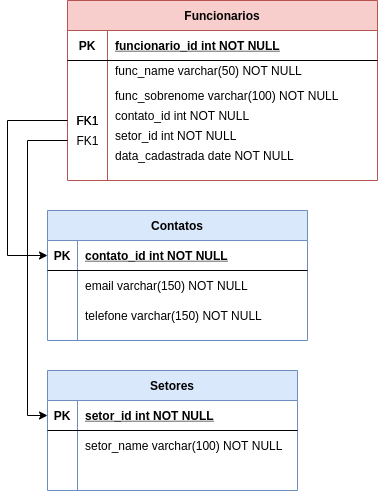
MilenaCLeme/trybe-exercicios-conteudos keeps this draw.io diagram as back-end/bloco-21/dia-2/conteudo/Untitled Diagram.drawio.png. Above is the earlier version. Source tidied: cells renumbered, new cells last; positions are measured from the earlier drawing's top-left corner, leaving out a move shared by most shapes.
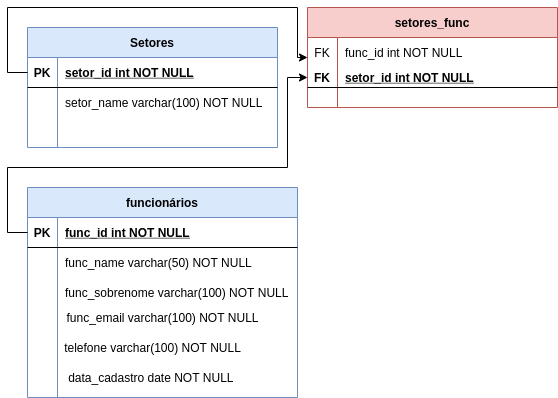
The same diagram one commit later.

What changed in the source:
```diff
@@ -2,38 +2,38 @@
   <root>
     <mxCell id="0" />
     <mxCell id="1" parent="0" />
-    <mxCell id="2" value="Funcionarios" style="shape=table;startSize=30;rowLines=0;fontStyle=1;align=center;fillColor=#f8cecc;strokeColor=#b85450;" parent="1" vertex="1">
-      <mxGeometry x="60" width="310" height="180" as="geometry" />
+    <mxCell id="2" value="funcionários" style="shape=table;startSize=30;rowLines=0;fontStyle=1;align=center;fillColor=#dae8fc;strokeColor=#6c8ebf;" parent="1" vertex="1">
+      <mxGeometry x="340" y="-210" width="270" height="210" as="geometry" />
     </mxCell>
     <mxCell id="3" style="shape=partialRectangle;fillColor=none;points=[[0,0.5],[1,0.5]];portConstraint=eastwest;top=0;left=0;right=0;bottom=1;" parent="2" vertex="1">
-      <mxGeometry y="30" width="310" height="30" as="geometry" />
+      <mxGeometry y="30" width="270" height="30" as="geometry" />
     </mxCell>
     <mxCell id="4" value="PK" style="shape=partialRectangle;overflow=hidden;fillColor=none;top=0;left=0;bottom=0;right=0;fontStyle=1;" parent="3" vertex="1">
-      <mxGeometry width="40" height="30" as="geometry" />
+      <mxGeometry width="30" height="30" as="geometry" />
     </mxCell>
-    <mxCell id="5" value="funcionario_id int NOT NULL " style="shape=partialRectangle;overflow=hidden;fillColor=none;top=0;left=0;bottom=0;right=0;align=left;spacingLeft=6;fontStyle=5;" parent="3" vertex="1">
-      <mxGeometry x="40" width="270" height="30" as="geometry" />
+    <mxCell id="5" value="func_id int NOT NULL " style="shape=partialRectangle;overflow=hidden;fillColor=none;top=0;left=0;bottom=0;right=0;align=left;spacingLeft=6;fontStyle=5;" parent="3" vertex="1">
+      <mxGeometry x="30" width="240" height="30" as="geometry" />
     </mxCell>
     <mxCell id="6" style="shape=partialRectangle;fillColor=none;top=0;left=0;right=0;bottom=0;" parent="2" vertex="1">
-      <mxGeometry y="60" width="310" height="20" as="geometry" />
+      <mxGeometry y="60" width="270" height="30" as="geometry" />
     </mxCell>
     <mxCell id="7" style="shape=partialRectangle;overflow=hidden;fillColor=none;top=0;left=0;bottom=0;right=0;" parent="6" vertex="1">
-      <mxGeometry width="40" height="20" as="geometry" />
+      <mxGeometry width="30" height="30" as="geometry" />
     </mxCell>
     <mxCell id="8" value="func_name varchar(50) NOT NULL" style="shape=partialRectangle;overflow=hidden;fillColor=none;top=0;left=0;bottom=0;right=0;align=left;spacingLeft=6;" parent="6" vertex="1">
-      <mxGeometry x="40" width="270" height="20" as="geometry" />
+      <mxGeometry x="30" width="240" height="30" as="geometry" />
     </mxCell>
     <mxCell id="9" style="shape=partialRectangle;fillColor=none;top=0;left=0;right=0;bottom=0;" parent="2" vertex="1">
-      <mxGeometry y="80" width="310" height="30" as="geometry" />
+      <mxGeometry y="90" width="270" height="30" as="geometry" />
     </mxCell>
     <mxCell id="10" style="shape=partialRectangle;overflow=hidden;fillColor=none;top=0;left=0;bottom=0;right=0;" parent="9" vertex="1">
-      <mxGeometry width="40" height="30" as="geometry" />
+      <mxGeometry width="30" height="30" as="geometry" />
     </mxCell>
     <mxCell id="11" value="func_sobrenome varchar(100) NOT NULL" style="shape=partialRectangle;overflow=hidden;fillColor=none;top=0;left=0;bottom=0;right=0;align=left;spacingLeft=6;" parent="9" vertex="1">
-      <mxGeometry x="40" width="270" height="30" as="geometry" />
+      <mxGeometry x="30" width="240" height="30" as="geometry" />
     </mxCell>
     <mxCell id="12" value="Setores" style="shape=table;startSize=30;rowLines=0;fontStyle=1;align=center;fillColor=#dae8fc;strokeColor=#6c8ebf;" parent="1" vertex="1">
-      <mxGeometry x="40" y="370" width="250" height="120" as="geometry" />
+      <mxGeometry x="340" y="-370" width="250" height="120" as="geometry" />
     </mxCell>
     <mxCell id="13" style="shape=partialRectangle;fillColor=none;points=[[0,0.5],[1,0.5]];portConstraint=eastwest;top=0;left=0;right=0;bottom=1;" parent="12" vertex="1">
       <mxGeometry y="30" width="250" height="30" as="geometry" />
@@ -62,63 +62,55 @@
     <mxCell id="21" style="shape=partialRectangle;overflow=hidden;fillColor=none;top=0;left=0;bottom=0;right=0;align=left;spacingLeft=6;" parent="19" vertex="1">
       <mxGeometry x="30" width="220" height="30" as="geometry" />
     </mxCell>
-    <mxCell id="22" value="Contatos" style="shape=table;startSize=30;rowLines=0;fontStyle=1;align=center;fillColor=#dae8fc;strokeColor=#6c8ebf;" parent="1" vertex="1">
-      <mxGeometry x="40" y="210" width="260" height="130" as="geometry" />
+    <mxCell id="22" value="setores_func" style="shape=table;startSize=30;rowLines=0;fontStyle=1;align=center;fillColor=#f8cecc;strokeColor=#b85450;" parent="1" vertex="1">
+      <mxGeometry x="620" y="-390" width="250" height="100" as="geometry" />
     </mxCell>
+    <mxCell id="26" style="shape=partialRectangle;fillColor=none;top=0;left=0;right=0;bottom=0;" parent="22" vertex="1">
+      <mxGeometry y="30" width="250" height="30" as="geometry" />
+    </mxCell>
+    <mxCell id="27" value="FK" style="shape=partialRectangle;overflow=hidden;fillColor=none;top=0;left=0;bottom=0;right=0;" parent="26" vertex="1">
+      <mxGeometry width="30" height="30" as="geometry" />
+    </mxCell>
+    <mxCell id="28" value="func_id int NOT NULL" style="shape=partialRectangle;overflow=hidden;fillColor=none;top=0;left=0;bottom=0;right=0;align=left;spacingLeft=6;" parent="26" vertex="1">
+      <mxGeometry x="30" width="220" height="30" as="geometry" />
+    </mxCell>
     <mxCell id="23" style="shape=partialRectangle;fillColor=none;points=[[0,0.5],[1,0.5]];portConstraint=eastwest;top=0;left=0;right=0;bottom=1;" parent="22" vertex="1">
-      <mxGeometry y="30" width="260" height="30" as="geometry" />
+      <mxGeometry y="60" width="250" height="20" as="geometry" />
     </mxCell>
-    <mxCell id="24" value="PK" style="shape=partialRectangle;overflow=hidden;fillColor=none;top=0;left=0;bottom=0;right=0;fontStyle=1;" parent="23" vertex="1">
-      <mxGeometry width="30" height="30" as="geometry" />
+    <mxCell id="24" value="FK" style="shape=partialRectangle;overflow=hidden;fillColor=none;top=0;left=0;bottom=0;right=0;fontStyle=1;" parent="23" vertex="1">
+      <mxGeometry width="30" height="20" as="geometry" />
     </mxCell>
-    <mxCell id="25" value="contato_id int NOT NULL " style="shape=partialRectangle;overflow=hidden;fillColor=none;top=0;left=0;bottom=0;right=0;align=left;spacingLeft=6;fontStyle=5;" parent="23" vertex="1">
-      <mxGeometry x="30" width="230" height="30" as="geometry" />
+    <mxCell id="25" value="setor_id int NOT NULL" style="shape=partialRectangle;overflow=hidden;fillColor=none;top=0;left=0;bottom=0;right=0;align=left;spacingLeft=6;fontStyle=5;" parent="23" vertex="1">
+      <mxGeometry x="30" width="220" height="20" as="geometry" />
     </mxCell>
-    <mxCell id="26" style="shape=partialRectangle;fillColor=none;top=0;left=0;right=0;bottom=0;" parent="22" vertex="1">
-      <mxGeometry y="60" width="260" height="30" as="geometry" />
-    </mxCell>
-    <mxCell id="27" style="shape=partialRectangle;overflow=hidden;fillColor=none;top=0;left=0;bottom=0;right=0;" parent="26" vertex="1">
-      <mxGeometry width="30" height="30" as="geometry" />
-    </mxCell>
-    <mxCell id="28" value="email varchar(150) NOT NULL" style="shape=partialRectangle;overflow=hidden;fillColor=none;top=0;left=0;bottom=0;right=0;align=left;spacingLeft=6;" parent="26" vertex="1">
-      <mxGeometry x="30" width="230" height="30" as="geometry" />
-    </mxCell>
-    <mxCell id="29" value="contato_id int NOT NULL" style="shape=partialRectangle;overflow=hidden;fillColor=none;top=0;left=0;bottom=0;right=0;align=left;spacingLeft=6;" parent="1" vertex="1">
-      <mxGeometry x="100" y="100" width="265" height="30" as="geometry" />
-    </mxCell>
-    <mxCell id="30" style="edgeStyle=orthogonalEdgeStyle;rounded=0;jettySize=auto;html=1;exitX=0;exitY=0.5;exitDx=0;exitDy=0;exitPerimeter=0;" parent="1" edge="1" source="31" target="23">
-      <mxGeometry relative="1" as="geometry">
-        <Array as="points">
-          <mxPoint y="120" />
-          <mxPoint y="255" />
-        </Array>
-      </mxGeometry>
-    </mxCell>
-    <mxCell id="31" value="FK1" style="text;html=1;align=center;verticalAlign=middle;points=[];strokeColor=none;fillColor=none;" parent="1" vertex="1">
-      <mxGeometry x="60" y="110" width="40" height="20" as="geometry" />
-    </mxCell>
-    <mxCell id="32" value="telefone varchar(150) NOT NULL" style="shape=partialRectangle;overflow=hidden;fillColor=none;top=0;left=0;bottom=0;right=0;align=left;spacingLeft=6;" parent="1" vertex="1">
-      <mxGeometry x="70" y="300" width="265" height="30" as="geometry" />
-    </mxCell>
-    <mxCell id="33" value="setor_id int NOT NULL" style="shape=partialRectangle;overflow=hidden;fillColor=none;top=0;left=0;bottom=0;right=0;align=left;spacingLeft=6;" parent="1" vertex="1">
-      <mxGeometry x="100" y="120" width="230" height="30" as="geometry" />
-    </mxCell>
-    <mxCell id="34" value="data_cadastrada date NOT NULL" style="shape=partialRectangle;overflow=hidden;fillColor=none;top=0;left=0;bottom=0;right=0;align=left;spacingLeft=6;" parent="1" vertex="1">
-      <mxGeometry x="100" y="140" width="230" height="30" as="geometry" />
-    </mxCell>
-    <mxCell id="35" value="FK1" style="text;html=1;align=center;verticalAlign=middle;strokeColor=none;fillColor=none;" parent="1" vertex="1">
-      <mxGeometry x="60" y="110" width="40" height="20" as="geometry" />
-    </mxCell>
-    <mxCell id="36" style="edgeStyle=orthogonalEdgeStyle;rounded=0;jettySize=auto;html=1;entryX=0;entryY=0.5;entryDx=0;entryDy=0;" parent="1" edge="1" source="37" target="13">
-      <mxGeometry relative="1" as="geometry">
-        <Array as="points">
-          <mxPoint x="20" y="140" />
-          <mxPoint x="20" y="415" />
-        </Array>
-      </mxGeometry>
-    </mxCell>
-    <mxCell id="37" value="FK1" style="text;html=1;align=center;verticalAlign=middle;points=[];strokeColor=none;fillColor=none;" parent="1" vertex="1">
-      <mxGeometry x="60" y="130" width="40" height="20" as="geometry" />
-    </mxCell>
+    <mxCell id="38" value="func_email varchar(100) NOT NULL" style="text;html=1;align=center;verticalAlign=middle;strokeColor=none;fillColor=none;" parent="1" vertex="1">
+      <mxGeometry x="370" y="-90" width="210" height="20" as="geometry" />
+    </mxCell>
+    <mxCell id="39" value="telefone varchar(100) NOT NULL" style="text;html=1;align=center;verticalAlign=middle;strokeColor=none;fillColor=none;" parent="1" vertex="1">
+      <mxGeometry x="370" y="-60" width="190" height="20" as="geometry" />
+    </mxCell>
+    <mxCell id="40" value="data_cadastro date NOT NULL&amp;nbsp;" style="text;html=1;align=center;verticalAlign=middle;strokeColor=none;fillColor=none;" parent="1" vertex="1">
+      <mxGeometry x="375" y="-30" width="180" height="20" as="geometry" />
+    </mxCell>
+    <mxCell id="41" style="edgeStyle=orthogonalEdgeStyle;rounded=0;jettySize=auto;html=1;exitX=0;exitY=0.5;exitDx=0;exitDy=0;entryX=0;entryY=0.5;entryDx=0;entryDy=0;" parent="1" edge="1" source="13" target="22">
+      <mxGeometry relative="1" as="geometry">
+        <Array as="points">
+          <mxPoint x="320" y="-325" />
+          <mxPoint x="320" y="-390" />
+          <mxPoint x="610" y="-390" />
+          <mxPoint x="610" y="-340" />
+        </Array>
+      </mxGeometry>
+    </mxCell>
+    <mxCell id="42" style="edgeStyle=orthogonalEdgeStyle;rounded=0;jettySize=auto;html=1;exitX=0;exitY=0.5;exitDx=0;exitDy=0;entryX=0;entryY=0.5;entryDx=0;entryDy=0;" parent="1" edge="1" source="3" target="23">
+      <mxGeometry relative="1" as="geometry">
+        <Array as="points">
+          <mxPoint x="320" y="-165" />
+          <mxPoint x="320" y="-230" />
+          <mxPoint x="600" y="-230" />
+          <mxPoint x="600" y="-320" />
+        </Array>
+      </mxGeometry>
+    </mxCell>
   </root>
 </mxGraphModel>
```
